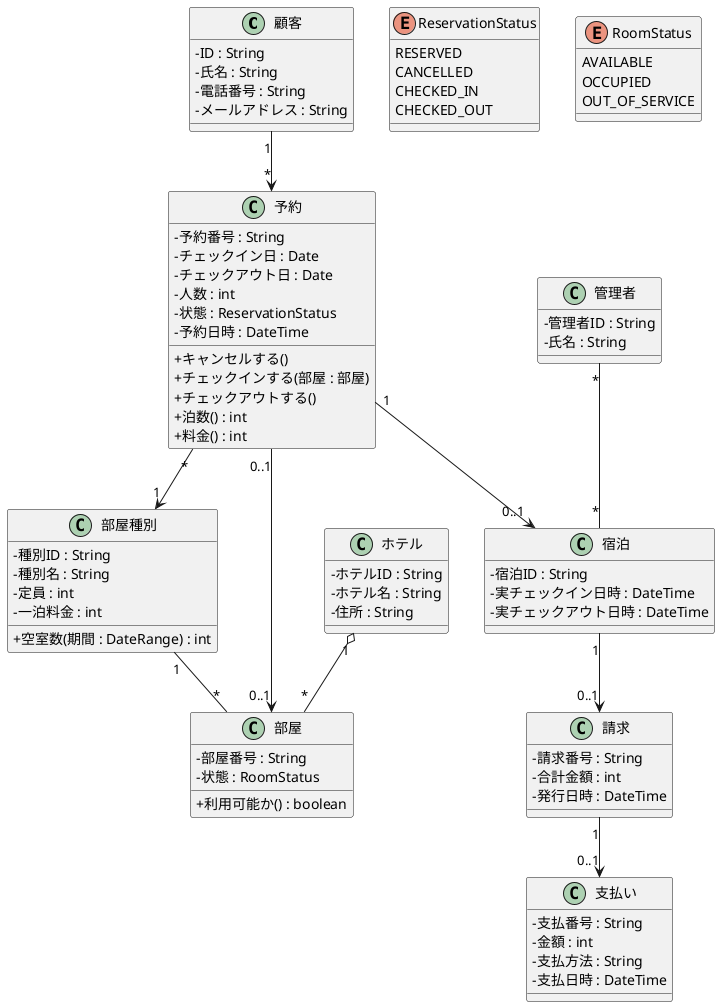
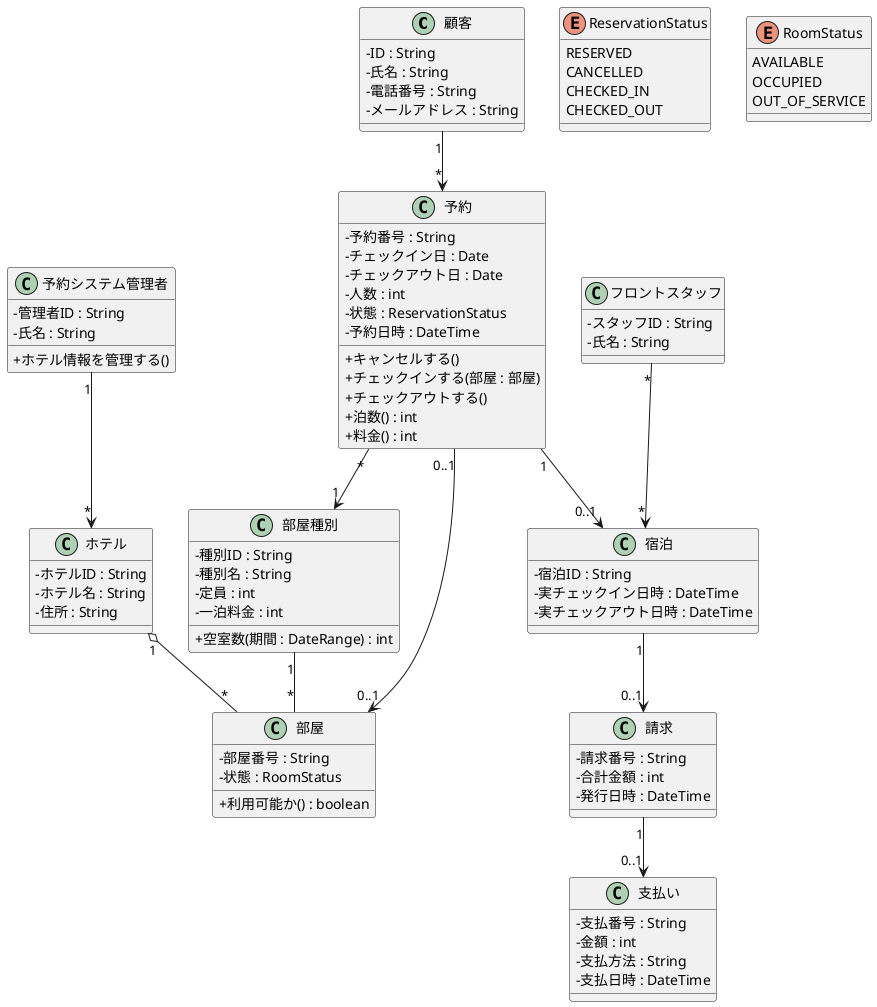
@startuml
skinparam classAttributeIconSize 0

class 顧客 {
  - ID : String
  - 氏名 : String
  - 電話番号 : String
  - メールアドレス : String
}

- class 管理者 {
+ class 予約システム管理者 {
  - 管理者ID : String
+   - 氏名 : String
+ 
+   + ホテル情報を管理する()
+ }
+ 
+ class フロントスタッフ {
+   - スタッフID : String
  - 氏名 : String
}

class ホテル {
  - ホテルID : String
  - ホテル名 : String
  - 住所 : String
}

class 部屋種別 {
  - 種別ID : String
  - 種別名 : String
  - 定員 : int
  - 一泊料金 : int
  + 空室数(期間 : DateRange) : int
}

class 部屋 {
  - 部屋番号 : String
  - 状態 : RoomStatus
  + 利用可能か() : boolean
}

class 予約 {
  - 予約番号 : String
  - チェックイン日 : Date
  - チェックアウト日 : Date
  - 人数 : int
  - 状態 : ReservationStatus
  - 予約日時 : DateTime
  + キャンセルする()
  + チェックインする(部屋 : 部屋)
  + チェックアウトする()
  + 泊数() : int
  + 料金() : int
}

class 宿泊 {
  - 宿泊ID : String
  - 実チェックイン日時 : DateTime
  - 実チェックアウト日時 : DateTime
}

class 請求 {
  - 請求番号 : String
  - 合計金額 : int
  - 発行日時 : DateTime
}

class 支払い {
  - 支払番号 : String
  - 金額 : int
  - 支払方法 : String
  - 支払日時 : DateTime
}

enum ReservationStatus {
  RESERVED
  CANCELLED
  CHECKED_IN
  CHECKED_OUT
}

enum RoomStatus {
  AVAILABLE
  OCCUPIED
  OUT_OF_SERVICE
}

ホテル      "1"    o-- "*"    部屋
部屋種別    "1"    --  "*"    部屋
顧客        "1"    --> "*"    予約
予約        "*"    --> "1"    部屋種別
予約        "0..1" --> "0..1" 部屋
予約        "1"    --> "0..1" 宿泊
宿泊        "1"    --> "0..1" 請求
請求        "1"    --> "0..1" 支払い
- 管理者  "*"    --  "*"    宿泊
+ 予約システム管理者 "1" --> "*" ホテル
+ フロントスタッフ "*" --> "*" 宿泊
@enduml
